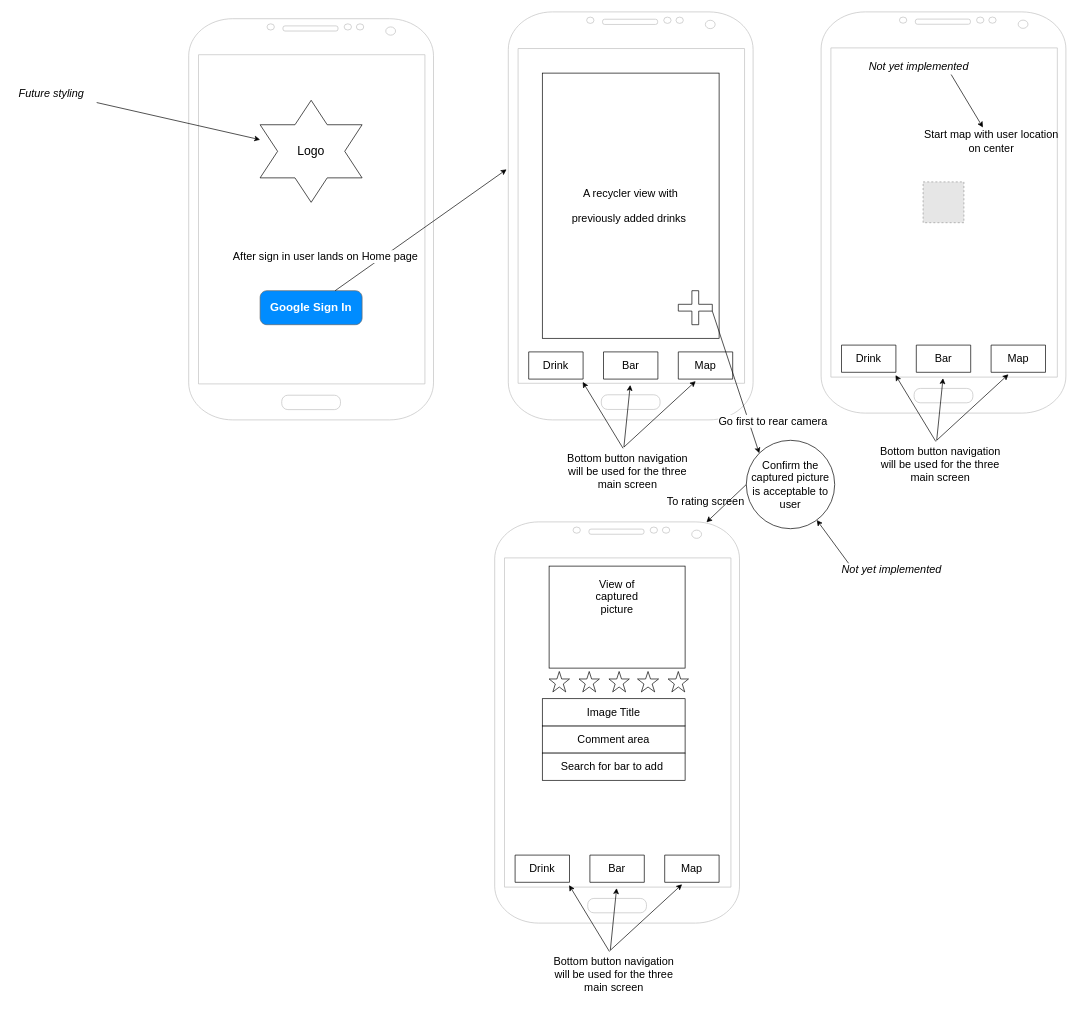
The draw.io diagram docs/img/drawio/wireframe.drawio in tnordquist/personal-android-project-rbrazell1, before the edit. Source tidied: cells renumbered, new cells numbered last; positions are measured from the earlier drawing's top-left corner, leaving out a move shared by most shapes. Both pictures are drawn from the tidied source at 68%, with x=0, y=0 at pixel (12, 12). Pictures stored in the file or linked from it are replaced by grey dashed boxes.
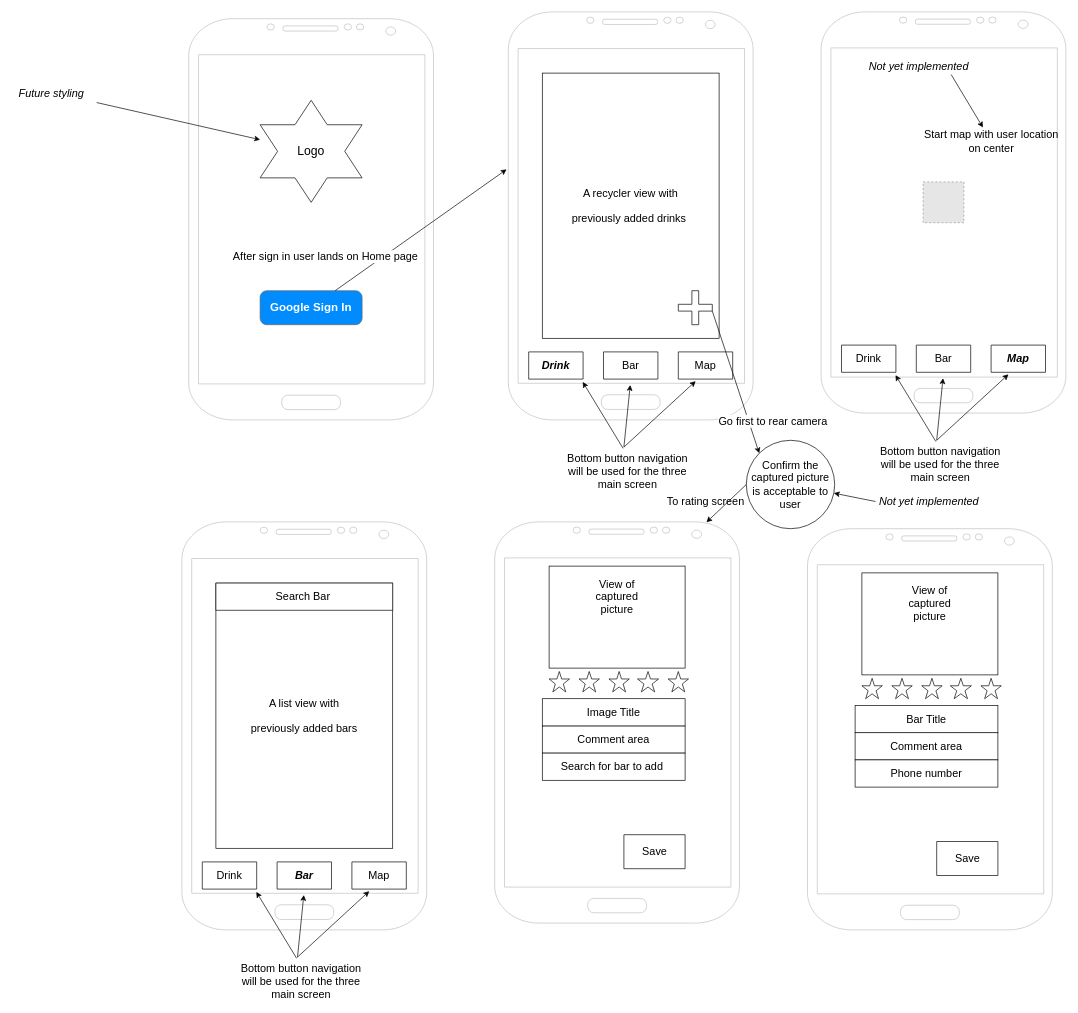
After the change.

Commit message (it also covers changes not shown here):
update wireframe. may need more updates

Unchanged cells that the change refers to:
```xml
<mxCell id="2" style="group;" parent="1" vertex="1">
  <mxGeometry x="730" width="360" height="700" as="geometry" />
</mxCell>
<mxCell id="16" style="verticalLabelPosition=bottom;verticalAlign=top;html=1;shadow=0;dashed=0;strokeWidth=1;shape=mxgraph.android.phone2;strokeColor=#c0c0c0;" parent="1" vertex="1">
  <mxGeometry x="710" y="750" width="360" height="590" as="geometry" />
</mxCell>
<mxCell id="17" value="&lt;font style=&quot;font-size: 16px&quot;&gt;Confirm the captured picture is acceptable to user&lt;/font&gt;" style="ellipse;whiteSpace=wrap;html=1;" parent="1" vertex="1">
  <mxGeometry x="1080" y="630" width="130" height="130" as="geometry" />
</mxCell>
```

Change to the diagram source:
```diff
@@
-    <mxCell id="9" value="&lt;font style=&quot;font-size: 16px&quot;&gt;Drink&lt;/font&gt;" style="text;html=1;strokeColor=none;fillColor=none;align=center;verticalAlign=middle;whiteSpace=wrap;rounded=0;" parent="2" vertex="1">
+    <mxCell id="9" value="&lt;font style=&quot;font-size: 16px&quot;&gt;&lt;b&gt;&lt;i&gt;Drink&lt;/i&gt;&lt;/b&gt;&lt;/font&gt;" style="text;html=1;strokeColor=none;fillColor=none;align=center;verticalAlign=middle;whiteSpace=wrap;rounded=0;" parent="2" vertex="1">
       <mxGeometry x="50" y="510" width="40" height="20" as="geometry" />
     </mxCell>
@@
     <mxCell id="36" value="&lt;i&gt;&lt;font style=&quot;font-size: 16px&quot;&gt;Not yet implemented&lt;/font&gt;&amp;nbsp;&lt;/i&gt;" style="text;html=1;align=center;verticalAlign=middle;points=[];" parent="1" vertex="1">
-      <mxGeometry x="1210" y="810" width="170" height="20" as="geometry" />
+      <mxGeometry x="1265" y="710" width="170" height="20" as="geometry" />
     </mxCell>
@@
-    <mxCell id="43" style="verticalLabelPosition=bottom;verticalAlign=top;html=1;shape=mxgraph.basic.rect;fillColor2=none;strokeWidth=1;size=20;indent=5;" parent="1" vertex="1">
-      <mxGeometry x="740" y="1240" width="80" height="40" as="geometry" />
-    </mxCell>
-    <mxCell id="44" style="verticalLabelPosition=bottom;verticalAlign=top;html=1;shape=mxgraph.basic.rect;fillColor2=none;strokeWidth=1;size=20;indent=5;" parent="1" vertex="1">
-      <mxGeometry x="850" y="1240" width="80" height="40" as="geometry" />
-    </mxCell>
-    <mxCell id="45" style="verticalLabelPosition=bottom;verticalAlign=top;html=1;shape=mxgraph.basic.rect;fillColor2=none;strokeWidth=1;size=20;indent=5;" parent="1" vertex="1">
-      <mxGeometry x="960" y="1240" width="80" height="40" as="geometry" />
-    </mxCell>
@@
-    <mxCell id="48" value="&lt;font style=&quot;font-size: 16px&quot;&gt;Drink&lt;/font&gt;" style="text;html=1;strokeColor=none;fillColor=none;align=center;verticalAlign=middle;whiteSpace=wrap;rounded=0;" parent="1" vertex="1">
-      <mxGeometry x="760" y="1250" width="40" height="20" as="geometry" />
-    </mxCell>
-    <mxCell id="49" value="&lt;font style=&quot;font-size: 16px&quot;&gt;Bar&lt;/font&gt;" style="text;html=1;strokeColor=none;fillColor=none;align=center;verticalAlign=middle;whiteSpace=wrap;rounded=0;" parent="1" vertex="1">
-      <mxGeometry x="870" y="1250" width="40" height="20" as="geometry" />
-    </mxCell>
-    <mxCell id="50" value="&lt;font style=&quot;font-size: 16px&quot;&gt;Map&lt;/font&gt;" style="text;html=1;strokeColor=none;fillColor=none;align=center;verticalAlign=middle;whiteSpace=wrap;rounded=0;" parent="1" vertex="1">
-      <mxGeometry x="980" y="1250" width="40" height="20" as="geometry" />
-    </mxCell>
-    <mxCell id="51" value="&lt;font style=&quot;font-size: 16px&quot;&gt;Bottom button navigation&lt;br&gt;will be used for the three&lt;br&gt;main screen&lt;/font&gt;" style="text;html=1;align=center;verticalAlign=middle;points=[];" parent="1" vertex="1">
-      <mxGeometry x="790" y="1390" width="190" height="50" as="geometry" />
-    </mxCell>
-    <mxCell id="52" style="endArrow=classic;html=1;exitX=0.467;exitY=-0.164;exitDx=0;exitDy=0;exitPerimeter=0;entryX=0.993;entryY=1.105;entryDx=0;entryDy=0;entryPerimeter=0;" parent="1" edge="1" source="51" target="43">
-      <mxGeometry relative="1" as="geometry" />
-    </mxCell>
-    <mxCell id="53" style="endArrow=classic;html=1;entryX=0.498;entryY=0.913;entryDx=0;entryDy=0;entryPerimeter=0;" parent="1" edge="1" target="16">
-      <mxGeometry relative="1" as="geometry">
-        <mxPoint x="880" y="1380" as="sourcePoint" />
-      </mxGeometry>
-    </mxCell>
-    <mxCell id="54" style="endArrow=classic;html=1;entryX=0.319;entryY=1.075;entryDx=0;entryDy=0;entryPerimeter=0;" parent="1" edge="1" target="45">
-      <mxGeometry relative="1" as="geometry">
-        <mxPoint x="880" y="1380" as="sourcePoint" />
-      </mxGeometry>
-    </mxCell>
-    <mxCell id="55" style="endArrow=classic;html=1;exitX=0.12;exitY=0.044;exitDx=0;exitDy=0;exitPerimeter=0;" parent="1" edge="1" source="36" target="17">
-      <mxGeometry relative="1" as="geometry" />
+    <mxCell id="55" style="endArrow=classic;html=1;" parent="1" edge="1" target="17">
+      <mxGeometry relative="1" as="geometry">
+        <mxPoint x="1270" y="720" as="sourcePoint" />
+      </mxGeometry>
     </mxCell>
@@
-    <mxCell id="62" value="&lt;font style=&quot;font-size: 16px&quot;&gt;Map&lt;/font&gt;" style="text;html=1;strokeColor=none;fillColor=none;align=center;verticalAlign=middle;whiteSpace=wrap;rounded=0;" parent="1" vertex="1">
+    <mxCell id="62" value="&lt;font style=&quot;font-size: 16px&quot;&gt;&lt;b&gt;&lt;i&gt;Map&lt;/i&gt;&lt;/b&gt;&lt;/font&gt;" style="text;html=1;strokeColor=none;fillColor=none;align=center;verticalAlign=middle;whiteSpace=wrap;rounded=0;" parent="1" vertex="1">
       <mxGeometry x="1460" y="500" width="40" height="20" as="geometry" />
     </mxCell>
@@
+    <mxCell id="68" style="group;" parent="1" vertex="1">
+      <mxGeometry x="250" y="750" width="360" height="700" as="geometry" />
+    </mxCell>
+    <mxCell id="69" style="verticalLabelPosition=bottom;verticalAlign=top;html=1;shadow=0;dashed=0;strokeWidth=1;shape=mxgraph.android.phone2;strokeColor=#c0c0c0;" parent="68" vertex="1">
+      <mxGeometry width="360" height="600" as="geometry" />
+    </mxCell>
+    <mxCell id="70" value="&lt;font style=&quot;font-size: 16px&quot;&gt;A list view with &lt;br&gt;&lt;br&gt;previously added bars&lt;/font&gt;" style="rounded=0;whiteSpace=wrap;html=1;" parent="68" vertex="1">
+      <mxGeometry x="50" y="90" width="260" height="390" as="geometry" />
+    </mxCell>
+    <mxCell id="71" style="verticalLabelPosition=bottom;verticalAlign=top;html=1;shape=mxgraph.basic.rect;fillColor2=none;strokeWidth=1;size=20;indent=5;" parent="68" vertex="1">
+      <mxGeometry x="30" y="500" width="80" height="40" as="geometry" />
+    </mxCell>
+    <mxCell id="72" style="verticalLabelPosition=bottom;verticalAlign=top;html=1;shape=mxgraph.basic.rect;fillColor2=none;strokeWidth=1;size=20;indent=5;" parent="68" vertex="1">
+      <mxGeometry x="140" y="500" width="80" height="40" as="geometry" />
+    </mxCell>
+    <mxCell id="73" style="verticalLabelPosition=bottom;verticalAlign=top;html=1;shape=mxgraph.basic.rect;fillColor2=none;strokeWidth=1;size=20;indent=5;" parent="68" vertex="1">
+      <mxGeometry x="250" y="500" width="80" height="40" as="geometry" />
+    </mxCell>
+    <mxCell id="48" value="&lt;font style=&quot;font-size: 16px&quot;&gt;Drink&lt;/font&gt;" style="text;html=1;strokeColor=none;fillColor=none;align=center;verticalAlign=middle;whiteSpace=wrap;rounded=0;" parent="68" vertex="1">
+      <mxGeometry x="50" y="510" width="40" height="20" as="geometry" />
+    </mxCell>
+    <mxCell id="49" value="&lt;font style=&quot;font-size: 16px&quot;&gt;&lt;b&gt;&lt;i&gt;Bar&lt;/i&gt;&lt;/b&gt;&lt;/font&gt;" style="text;html=1;strokeColor=none;fillColor=none;align=center;verticalAlign=middle;whiteSpace=wrap;rounded=0;" parent="68" vertex="1">
+      <mxGeometry x="160" y="510" width="40" height="20" as="geometry" />
+    </mxCell>
+    <mxCell id="50" value="&lt;font style=&quot;font-size: 16px&quot;&gt;Map&lt;/font&gt;" style="text;html=1;strokeColor=none;fillColor=none;align=center;verticalAlign=middle;whiteSpace=wrap;rounded=0;" parent="68" vertex="1">
+      <mxGeometry x="270" y="510" width="40" height="20" as="geometry" />
+    </mxCell>
+    <mxCell id="51" value="&lt;font style=&quot;font-size: 16px&quot;&gt;Bottom button navigation&lt;br&gt;will be used for the three&lt;br&gt;main screen&lt;/font&gt;" style="text;html=1;align=center;verticalAlign=middle;points=[];" parent="68" vertex="1">
+      <mxGeometry x="80" y="650" width="190" height="50" as="geometry" />
+    </mxCell>
+    <mxCell id="74" style="endArrow=classic;html=1;exitX=0.467;exitY=-0.164;exitDx=0;exitDy=0;exitPerimeter=0;entryX=0.993;entryY=1.105;entryDx=0;entryDy=0;entryPerimeter=0;" parent="68" edge="1" source="51" target="71">
+      <mxGeometry relative="1" as="geometry" />
+    </mxCell>
+    <mxCell id="75" style="endArrow=classic;html=1;entryX=0.498;entryY=0.913;entryDx=0;entryDy=0;entryPerimeter=0;" parent="68" edge="1">
+      <mxGeometry relative="1" as="geometry">
+        <mxPoint x="170" y="640" as="sourcePoint" />
+        <mxPoint x="179.3" y="548.7" as="targetPoint" />
+      </mxGeometry>
+    </mxCell>
+    <mxCell id="76" style="endArrow=classic;html=1;entryX=0.319;entryY=1.075;entryDx=0;entryDy=0;entryPerimeter=0;" parent="68" edge="1" target="73">
+      <mxGeometry relative="1" as="geometry">
+        <mxPoint x="170" y="640" as="sourcePoint" />
+      </mxGeometry>
+    </mxCell>
+    <mxCell id="77" style="verticalLabelPosition=bottom;verticalAlign=top;html=1;shape=mxgraph.basic.rect;fillColor2=none;strokeWidth=1;size=20;indent=5;" parent="68" vertex="1">
+      <mxGeometry x="50" y="90" width="260" height="40" as="geometry" />
+    </mxCell>
+    <mxCell id="78" value="&lt;span style=&quot;font-size: 16px&quot;&gt;Search Bar&amp;nbsp;&lt;/span&gt;" style="text;html=1;align=center;verticalAlign=middle;" parent="68" vertex="1">
+      <mxGeometry x="130" y="100" width="100" height="20" as="geometry" />
+    </mxCell>
+    <mxCell id="79" style="verticalLabelPosition=bottom;verticalAlign=top;html=1;shape=mxgraph.basic.rect;fillColor2=none;strokeWidth=1;size=20;indent=5;" parent="1" vertex="1">
+      <mxGeometry x="900" y="1210" width="90" height="50" as="geometry" />
+    </mxCell>
+    <mxCell id="80" value="&lt;font style=&quot;font-size: 16px&quot;&gt;Save&lt;/font&gt;" style="text;html=1;align=center;verticalAlign=middle;" parent="1" vertex="1">
+      <mxGeometry x="920" y="1225" width="50" height="20" as="geometry" />
+    </mxCell>
+    <mxCell id="81" style="verticalLabelPosition=bottom;verticalAlign=top;html=1;shadow=0;dashed=0;strokeWidth=1;shape=mxgraph.android.phone2;strokeColor=#c0c0c0;" parent="1" vertex="1">
+      <mxGeometry x="1170" y="760" width="360" height="590" as="geometry" />
+    </mxCell>
+    <mxCell id="82" value="&lt;font style=&quot;font-size: 16px&quot;&gt;Comment area&lt;/font&gt;" style="rounded=0;whiteSpace=wrap;html=1;" parent="1" vertex="1">
+      <mxGeometry x="1240" y="1060" width="210" height="40" as="geometry" />
+    </mxCell>
+    <mxCell id="83" style="rounded=0;whiteSpace=wrap;html=1;" parent="1" vertex="1">
+      <mxGeometry x="1250" y="825" width="200" height="150" as="geometry" />
+    </mxCell>
+    <mxCell id="84" value="&lt;font style=&quot;font-size: 16px&quot;&gt;View of captured picture&lt;/font&gt;" style="text;html=1;strokeColor=none;fillColor=none;align=center;verticalAlign=middle;whiteSpace=wrap;rounded=0;" parent="1" vertex="1">
+      <mxGeometry x="1330" y="860" width="40" height="20" as="geometry" />
+    </mxCell>
+    <mxCell id="85" style="group;" parent="1" vertex="1">
+      <mxGeometry x="1250" y="980" width="205" height="30" as="geometry" />
+    </mxCell>
+    <mxCell id="86" style="verticalLabelPosition=bottom;verticalAlign=top;html=1;shape=mxgraph.basic.star;spacingLeft=2;spacingRight=3;spacing=0;direction=east;" parent="85" vertex="1">
+      <mxGeometry x="175" width="30" height="30" as="geometry" />
+    </mxCell>
+    <mxCell id="87" style="verticalLabelPosition=bottom;verticalAlign=top;html=1;shape=mxgraph.basic.star;spacingLeft=2;spacingRight=3;spacing=0;direction=east;" parent="85" vertex="1">
+      <mxGeometry x="130" width="31" height="30" as="geometry" />
+    </mxCell>
+    <mxCell id="88" style="verticalLabelPosition=bottom;verticalAlign=top;html=1;shape=mxgraph.basic.star;spacingLeft=2;spacingRight=3;spacing=0;direction=east;" parent="85" vertex="1">
+      <mxGeometry x="88" width="30" height="30" as="geometry" />
+    </mxCell>
+    <mxCell id="89" style="verticalLabelPosition=bottom;verticalAlign=top;html=1;shape=mxgraph.basic.star;spacingLeft=2;spacingRight=3;spacing=0;direction=east;" parent="85" vertex="1">
+      <mxGeometry x="44" width="30" height="30" as="geometry" />
+    </mxCell>
+    <mxCell id="90" style="verticalLabelPosition=bottom;verticalAlign=top;html=1;shape=mxgraph.basic.star;spacingLeft=2;spacingRight=3;spacing=0;direction=east;" parent="85" vertex="1">
+      <mxGeometry width="30" height="30" as="geometry" />
+    </mxCell>
+    <mxCell id="91" value="&lt;font style=&quot;font-size: 16px&quot;&gt;Bar Title&lt;/font&gt;" style="rounded=0;whiteSpace=wrap;html=1;" parent="1" vertex="1">
+      <mxGeometry x="1240" y="1020" width="210" height="40" as="geometry" />
+    </mxCell>
+    <mxCell id="92" value="&lt;font style=&quot;font-size: 16px&quot;&gt;Phone number&lt;/font&gt;" style="rounded=0;whiteSpace=wrap;html=1;" parent="1" vertex="1">
+      <mxGeometry x="1240" y="1100" width="210" height="40" as="geometry" />
+    </mxCell>
+    <mxCell id="93" style="verticalLabelPosition=bottom;verticalAlign=top;html=1;shape=mxgraph.basic.rect;fillColor2=none;strokeWidth=1;size=20;indent=5;" parent="1" vertex="1">
+      <mxGeometry x="1360" y="1220" width="90" height="50" as="geometry" />
+    </mxCell>
+    <mxCell id="94" value="&lt;font style=&quot;font-size: 16px&quot;&gt;Save&lt;/font&gt;" style="text;html=1;align=center;verticalAlign=middle;" parent="1" vertex="1">
+      <mxGeometry x="1380" y="1235" width="50" height="20" as="geometry" />
+    </mxCell>
```
